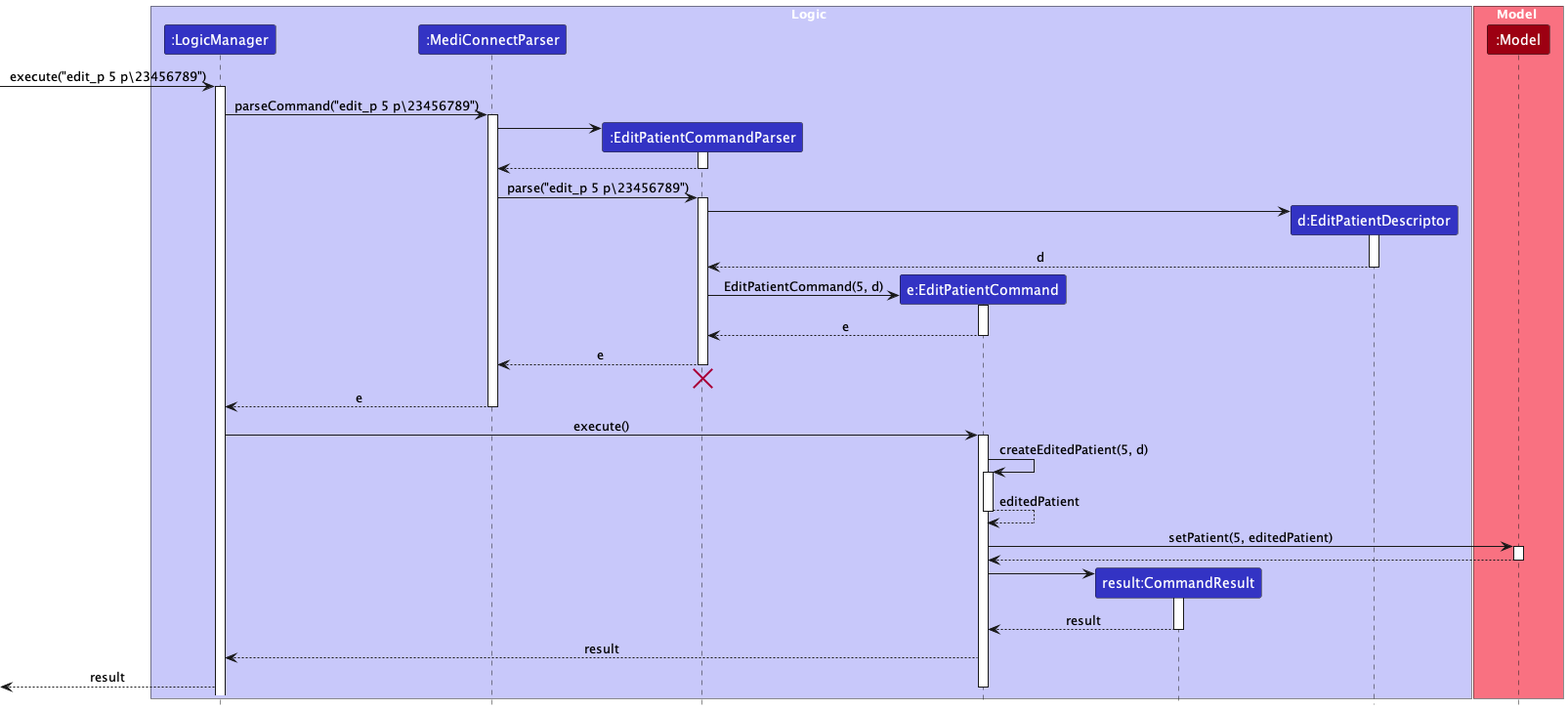
Before: docs/images/EditPatientSequenceDiagram.png, a diagram exported from PlantUML (yanghengtang/tp).
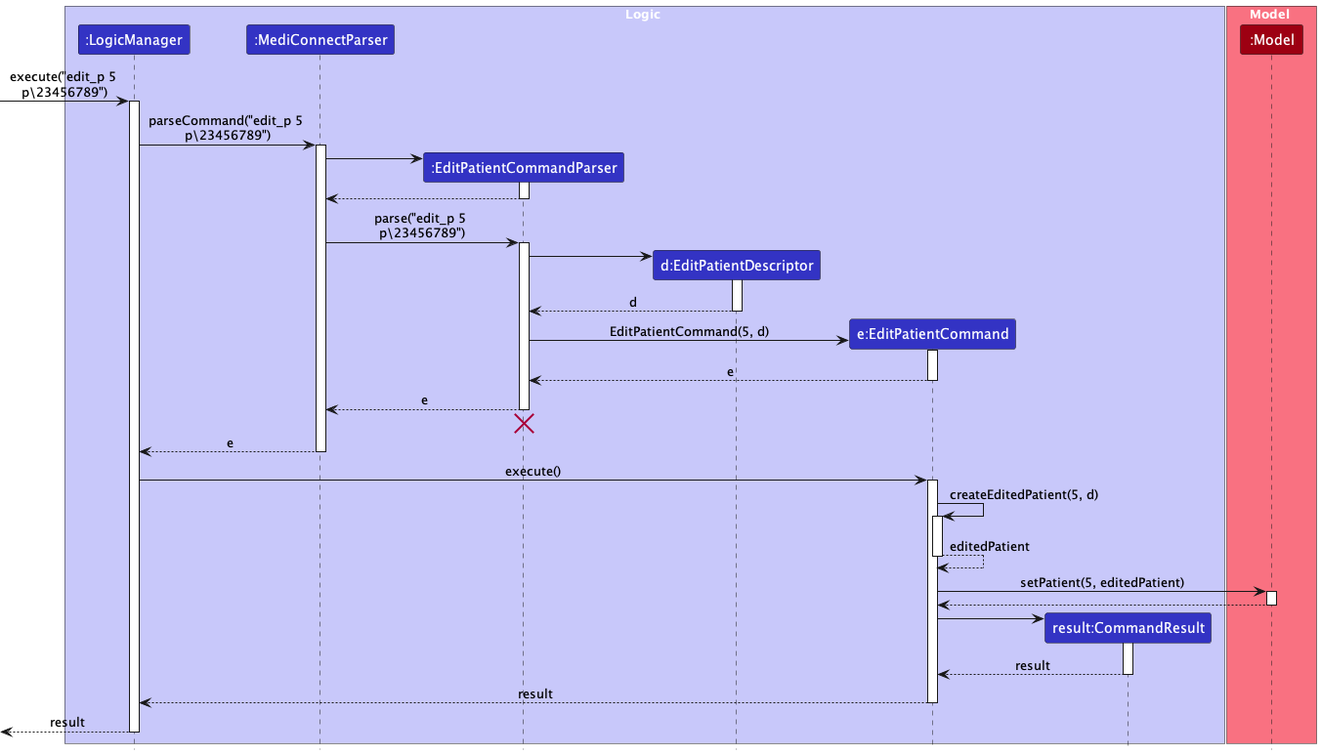
After the commit.

Change to the diagram source:
```diff
@@ -6,19 +6,19 @@
 participant ":LogicManager" as LogicManager LOGIC_COLOR
 participant ":MediConnectParser" as MediConnectParser LOGIC_COLOR
 participant ":EditPatientCommandParser" as EditPatientCommandParser LOGIC_COLOR
+participant "d:EditPatientDescriptor" as EditPatientDescriptor LOGIC_COLOR
 participant "e:EditPatientCommand" as EditPatientCommand LOGIC_COLOR
 participant "result:CommandResult" as CommandResult LOGIC_COLOR
-participant "d:EditPatientDescriptor" as EditPatientDescriptor LOGIC_COLOR
 end box
 
 box Model MODEL_COLOR_T1
 participant ":Model" as Model MODEL_COLOR
 end box
 
-[-> LogicManager : execute("edit_p 5 p\23456789")
+[-> LogicManager : execute("edit_p 5 \np\23456789")
 activate LogicManager
 
-LogicManager -> MediConnectParser : parseCommand("edit_p 5 p\23456789")
+LogicManager -> MediConnectParser : parseCommand("edit_p 5 \np\23456789")
 activate MediConnectParser
 
 create EditPatientCommandParser
@@ -28,7 +28,7 @@
 EditPatientCommandParser --> MediConnectParser
 deactivate EditPatientCommandParser
 
-MediConnectParser -> EditPatientCommandParser : parse("edit_p 5 p\23456789")
+MediConnectParser -> EditPatientCommandParser : parse("edit_p 5 \np\23456789")
 activate EditPatientCommandParser
 
 create EditPatientDescriptor
@@ -71,12 +71,14 @@
 
 create CommandResult
 EditPatientCommand -> CommandResult
+
 activate CommandResult
 
 CommandResult --> EditPatientCommand : result
 deactivate CommandResult
 
 EditPatientCommand --> LogicManager : result
+deactivate EditPatientCommand
 [<--LogicManager : result
-deactivate EditPatientCommand
+deactivate LogicManager
 @enduml
```
